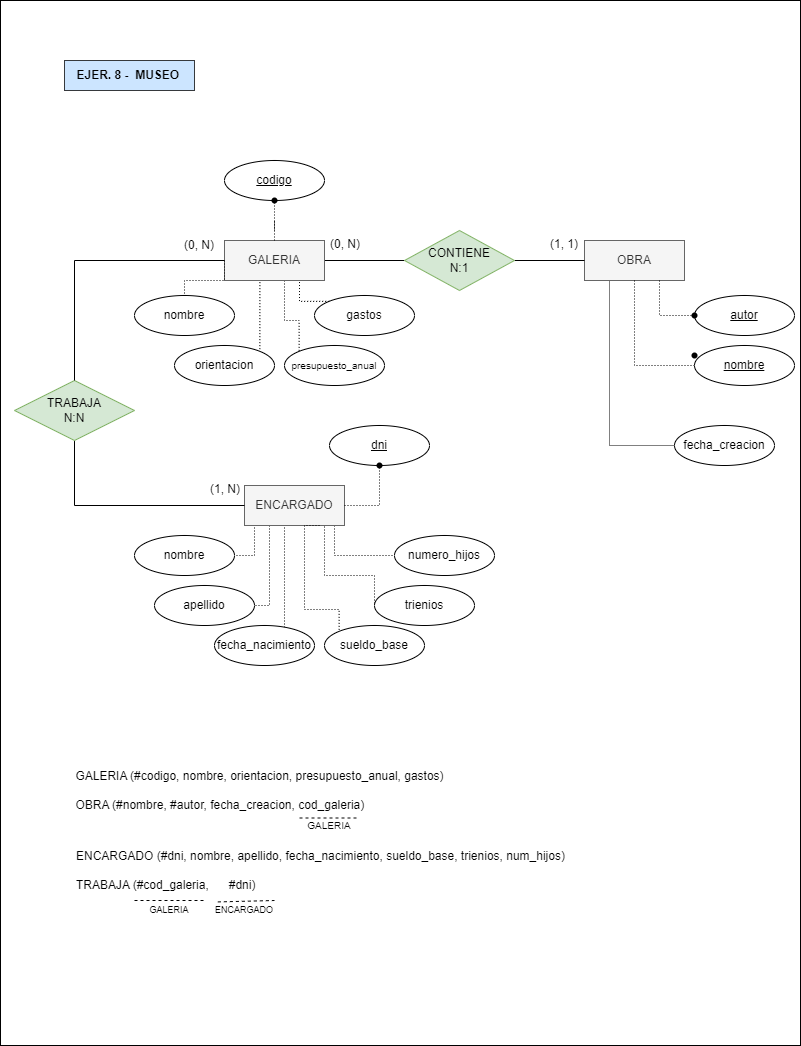
Above: ejer8_museo.png in mdrp93/BASE-DE-DATOS (draw.io), before the change. Source tidied: cells renumbered, new cells last; positions are measured from the earlier drawing's top-left corner, leaving out a move shared by most shapes.
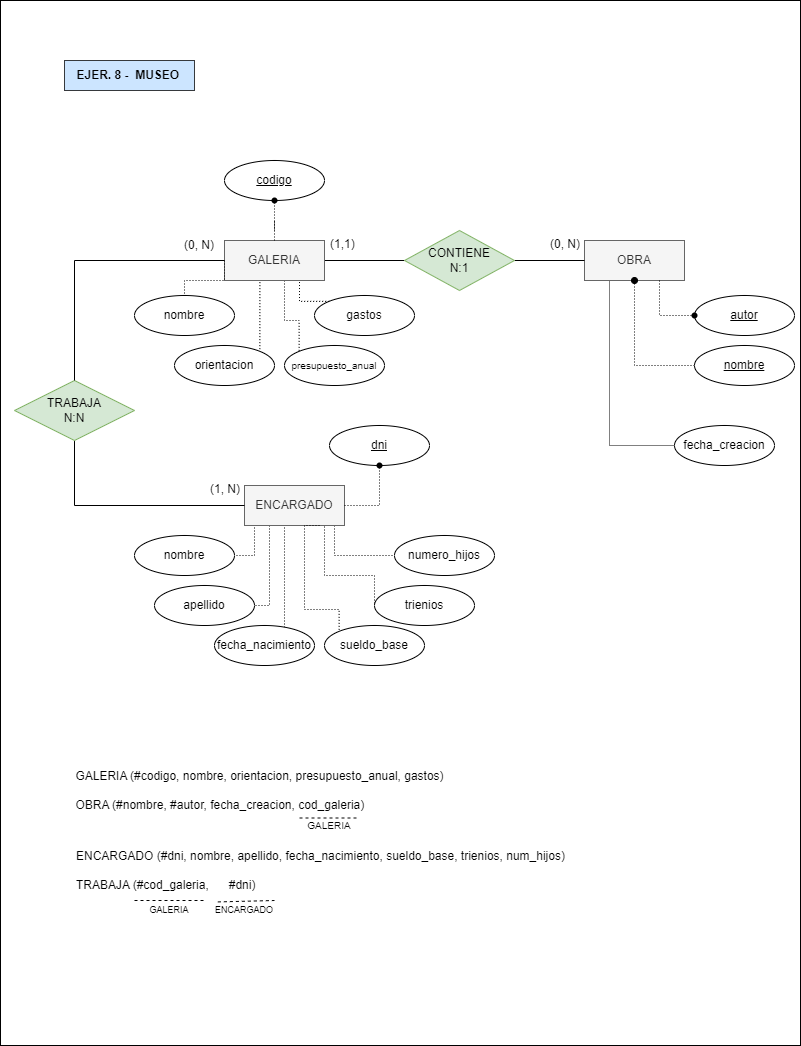
The same diagram one commit later.

The edit, as a diff of the source:
```diff
@@ -111,10 +111,10 @@
     <mxCell id="23" value="(1, N)" style="text;strokeColor=none;fillColor=none;spacingLeft=4;spacingRight=4;overflow=hidden;points=[[0,0.5],[1,0.5]];portConstraint=eastwest;fontSize=12;whiteSpace=wrap;html=1;" parent="1" vertex="1">
       <mxGeometry x="204" y="475" width="50" height="30" as="geometry" />
     </mxCell>
-    <mxCell id="24" value="(0, N)" style="text;strokeColor=none;fillColor=none;spacingLeft=4;spacingRight=4;overflow=hidden;fontSize=12;whiteSpace=wrap;html=1;" parent="1" vertex="1">
+    <mxCell id="24" value="(1,1)" style="text;strokeColor=none;fillColor=none;spacingLeft=4;spacingRight=4;overflow=hidden;fontSize=12;whiteSpace=wrap;html=1;" parent="1" vertex="1">
       <mxGeometry x="324" y="230" width="50" height="30" as="geometry" />
     </mxCell>
-    <mxCell id="25" value="(1, 1)" style="text;strokeColor=none;fillColor=none;spacingLeft=4;spacingRight=4;overflow=hidden;fontSize=12;whiteSpace=wrap;html=1;" parent="1" vertex="1">
+    <mxCell id="25" value="(0, N)" style="text;strokeColor=none;fillColor=none;spacingLeft=4;spacingRight=4;overflow=hidden;fontSize=12;whiteSpace=wrap;html=1;" parent="1" vertex="1">
       <mxGeometry x="544" y="230" width="50" height="30" as="geometry" />
     </mxCell>
     <mxCell id="26" value="EJER. 8 -&amp;nbsp; MUSEO&amp;nbsp;" style="text;html=1;align=center;verticalAlign=middle;strokeColor=#36393d;fillColor=#cce5ff;fontStyle=1;" parent="1" vertex="1">
@@ -132,7 +132,7 @@
     <mxCell id="30" value="fecha_creacion" style="ellipse;whiteSpace=wrap;html=1;align=center;" parent="1" vertex="1">
       <mxGeometry x="674" y="425" width="100" height="40" as="geometry" />
     </mxCell>
-    <mxCell id="31" style="edgeStyle=orthogonalEdgeStyle;rounded=0;jettySize=auto;html=1;exitX=0;exitY=0.5;exitDx=0;exitDy=0;entryX=0.5;entryY=1;entryDx=0;entryDy=0;endArrow=none;endFill=0;dashed=1;dashPattern=1 2;" parent="1" edge="1" source="55" target="9">
+    <mxCell id="31" style="edgeStyle=orthogonalEdgeStyle;rounded=0;jettySize=auto;html=1;exitX=0;exitY=0.5;exitDx=0;exitDy=0;entryX=0.5;entryY=1;entryDx=0;entryDy=0;endArrow=oval;endFill=1;dashed=1;dashPattern=1 2;" parent="1" edge="1" source="55" target="9">
       <mxGeometry relative="1" as="geometry" />
     </mxCell>
     <mxCell id="32" style="edgeStyle=orthogonalEdgeStyle;rounded=0;jettySize=auto;html=1;exitX=0;exitY=0.5;exitDx=0;exitDy=0;entryX=0.75;entryY=1;entryDx=0;entryDy=0;dashed=1;dashPattern=1 2;endArrow=none;endFill=0;" parent="1" edge="1" source="56" target="9">
@@ -225,9 +225,6 @@
     <mxCell id="56" value="autor" style="ellipse;whiteSpace=wrap;html=1;align=center;fontStyle=4;" parent="1" vertex="1">
       <mxGeometry x="694" y="295" width="100" height="40" as="geometry" />
     </mxCell>
-    <mxCell id="57" style="shape=waypoint;sketch=0;fillStyle=solid;size=6;fillColor=none;perimeter=centerPerimeter;" parent="1" vertex="1">
-      <mxGeometry x="684" y="345" width="20" height="20" as="geometry" />
-    </mxCell>
     <mxCell id="58" style="shape=waypoint;sketch=0;fillStyle=solid;size=6;fillColor=none;perimeter=centerPerimeter;" parent="1" vertex="1">
       <mxGeometry x="684" y="305" width="20" height="20" as="geometry" />
     </mxCell>
```
